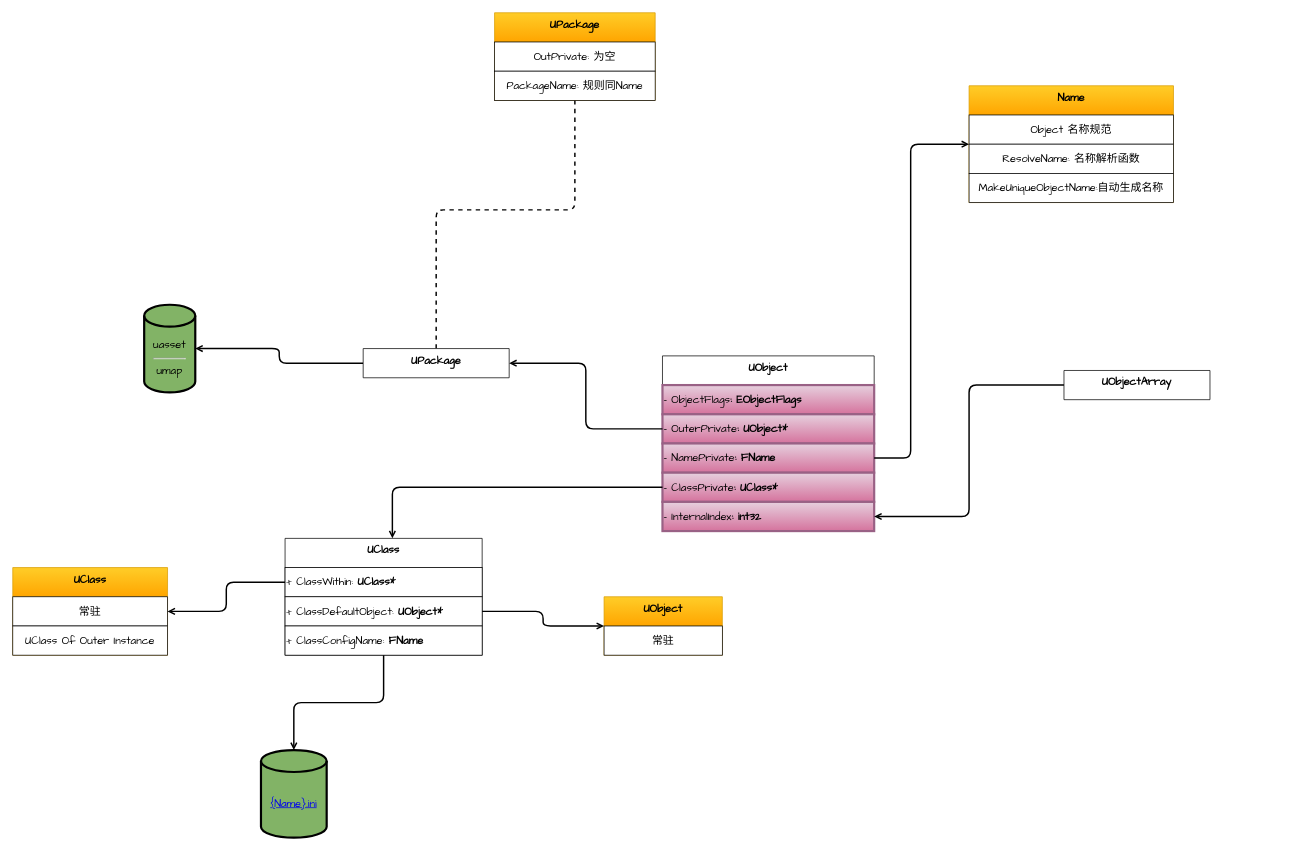
The draw.io diagram page "Page-5" (9 of 18) of UE-InsightSource.drawio in phileas2020/Notes, before the edit. Source tidied: cells renumbered, new cells numbered last; positions are measured from the earlier drawing's top-left corner, leaving out a move shared by most shapes. Both pictures are drawn from the tidied source at 73%, with x=0, y=0 at pixel (12, 12).
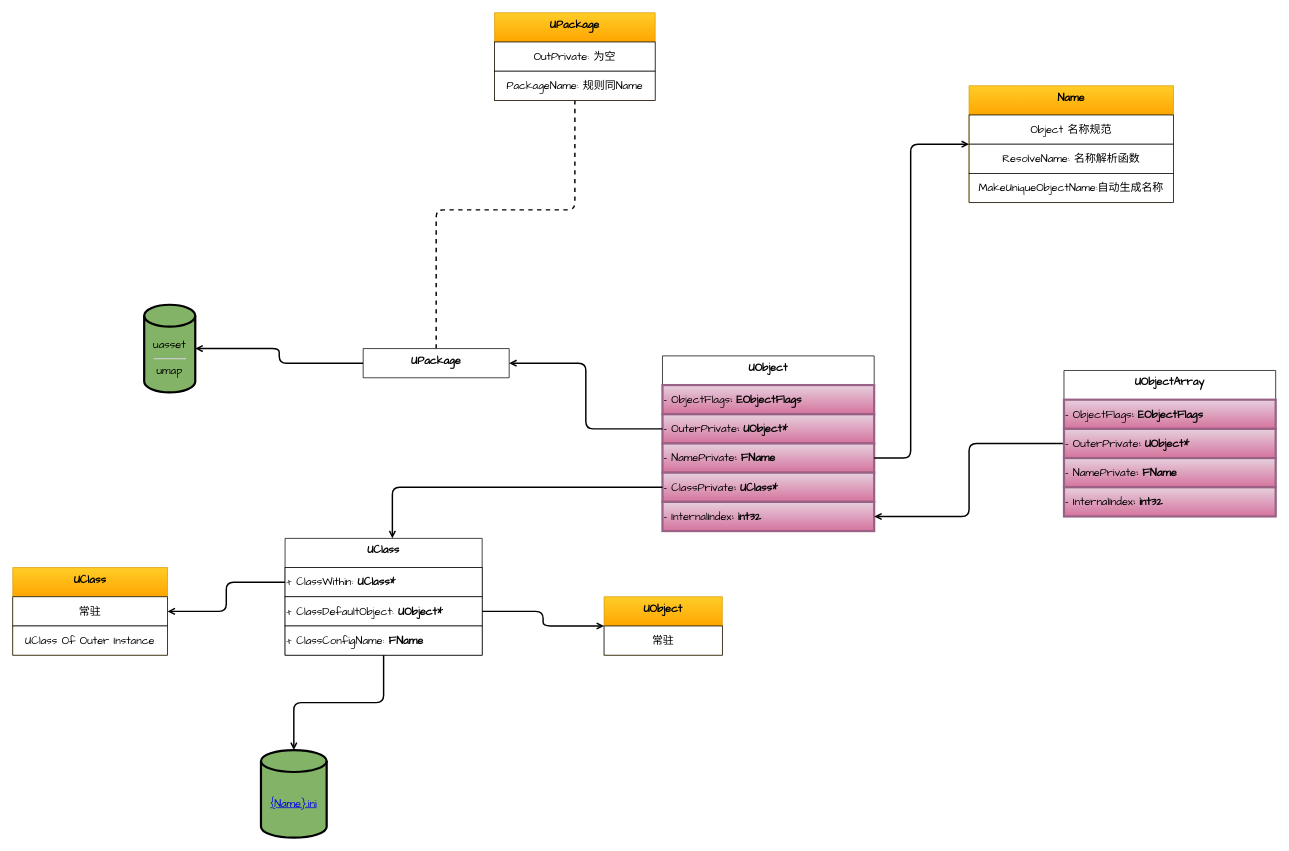
The same diagram, later.

The edit, as a diff of the source:
```diff
@@
-    <mxCell id="9" value="UObjectArray" style="swimlane;fontStyle=1;align=center;verticalAlign=top;horizontal=1;startSize=40;fontFamily=Comic Sans MS;fontSize=15;" parent="1" vertex="1" collapsed="1">
-      <mxGeometry x="1440" y="490" width="200" height="40" as="geometry" />
+    <mxCell id="9" value="UObjectArray" style="swimlane;fontStyle=1;align=center;verticalAlign=top;horizontal=1;startSize=40;fontFamily=Comic Sans MS;fontSize=15;" parent="1" vertex="1">
+      <mxGeometry x="1440" y="490" width="290" height="200" as="geometry" />
     </mxCell>
+    <mxCell id="37" value="- ObjectFlags&lt;b&gt;: EObjectFlags&lt;/b&gt;" style="rounded=0;whiteSpace=wrap;html=1;fontFamily=Comic Sans MS;fontSize=15;align=left;strokeWidth=3;fillColor=#e6d0de;strokeColor=#996185;gradientColor=#d5739d;" parent="9" vertex="1">
+      <mxGeometry y="40" width="290" height="40" as="geometry" />
+    </mxCell>
+    <mxCell id="38" value="- OuterPrivate&lt;b&gt;: UObject*&lt;/b&gt;" style="rounded=0;whiteSpace=wrap;html=1;fontFamily=Comic Sans MS;fontSize=15;align=left;strokeWidth=3;fillColor=#e6d0de;strokeColor=#996185;gradientColor=#d5739d;" parent="9" vertex="1">
+      <mxGeometry y="80" width="290" height="40" as="geometry" />
+    </mxCell>
+    <mxCell id="39" value="- NamePrivate&lt;b&gt;: FName&lt;/b&gt;" style="rounded=0;whiteSpace=wrap;html=1;fontFamily=Comic Sans MS;fontSize=15;align=left;strokeWidth=3;fillColor=#e6d0de;strokeColor=#996185;gradientColor=#d5739d;" parent="9" vertex="1">
+      <mxGeometry y="120" width="290" height="40" as="geometry" />
+    </mxCell>
+    <mxCell id="40" value="- InternalIndex&lt;b&gt;: int32&lt;/b&gt;" style="rounded=0;whiteSpace=wrap;html=1;fontFamily=Comic Sans MS;fontSize=15;align=left;strokeWidth=3;fillColor=#e6d0de;strokeColor=#996185;gradientColor=#d5739d;" parent="9" vertex="1">
+      <mxGeometry y="160" width="290" height="40" as="geometry" />
+    </mxCell>
```
